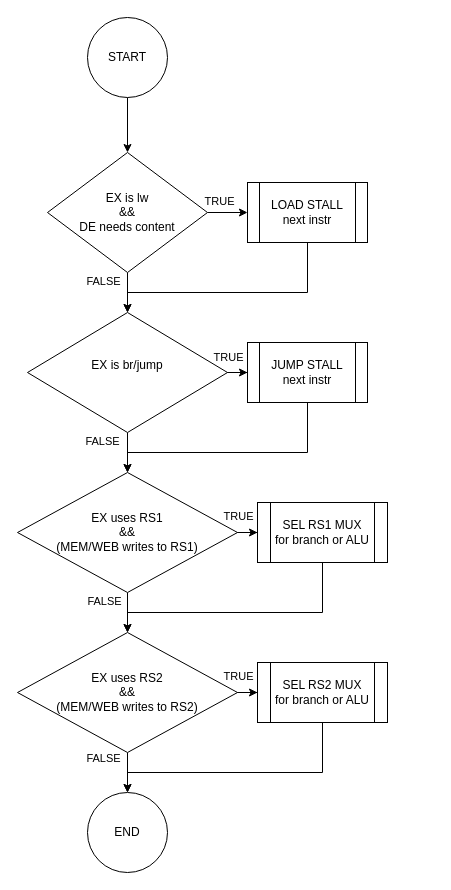
Earlier version of the draw.io diagram 03_labs/l4_pipeline_hazard/haz.drawio (WhisperingRock/CPE333). Source tidied: cells renumbered, new cells numbered last; positions are measured from the earlier drawing's top-left corner, leaving out a move shared by most shapes. Both pictures are drawn from the tidied source at 100%, with x=0, y=0 at pixel (17, 17).
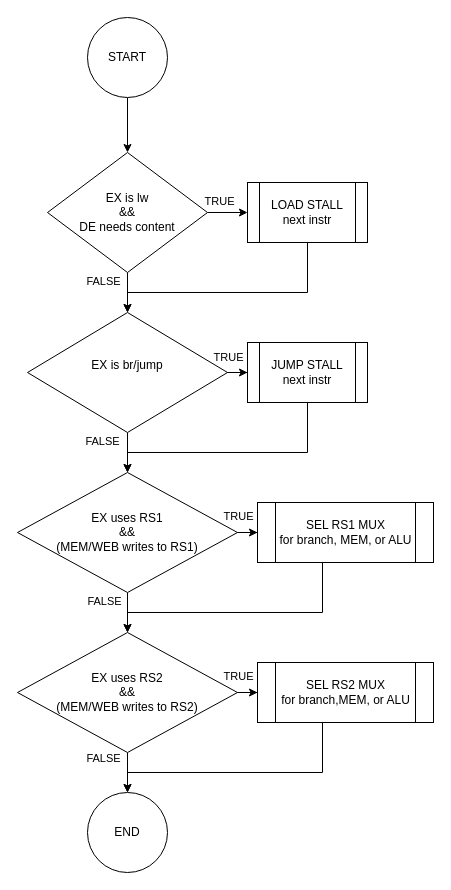
The same page after the edit.

What changed in the source:
```diff
@@
-    <mxCell id="22" value="SEL RS1 MUX&lt;br&gt;for branch or ALU" style="shape=process;whiteSpace=wrap;html=1;backgroundOutline=1;" parent="1" vertex="1">
-      <mxGeometry x="240" y="485" width="130" height="60" as="geometry" />
+    <mxCell id="22" value="SEL RS1 MUX&lt;br&gt;for branch, MEM, or ALU" style="shape=process;whiteSpace=wrap;html=1;backgroundOutline=1;" parent="1" vertex="1">
+      <mxGeometry x="240" y="485" width="176" height="60" as="geometry" />
     </mxCell>
@@
-    <mxCell id="31" value="SEL RS2 MUX&lt;br&gt;for branch or ALU" style="shape=process;whiteSpace=wrap;html=1;backgroundOutline=1;" parent="1" vertex="1">
-      <mxGeometry x="240" y="645" width="130" height="60" as="geometry" />
+    <mxCell id="31" value="SEL RS2 MUX&lt;br&gt;for branch,MEM, or ALU" style="shape=process;whiteSpace=wrap;html=1;backgroundOutline=1;" parent="1" vertex="1">
+      <mxGeometry x="240" y="645" width="176" height="60" as="geometry" />
     </mxCell>
```
